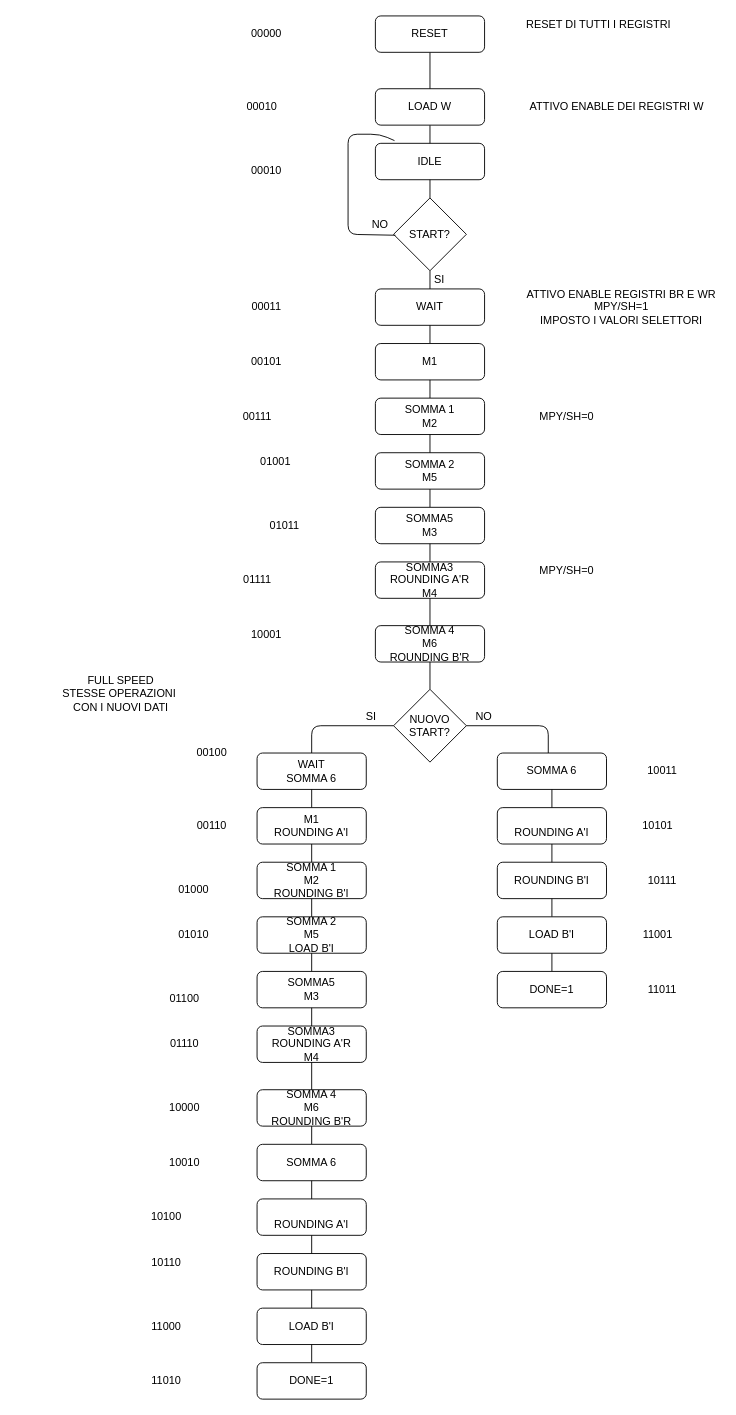
Before: butterfly/drawio/pallogramma butterfly.drawio in wackozz/SDI_20_21, a draw.io diagram. Source tidied: cells renumbered, new cells numbered last; positions are measured from the earlier drawing's top-left corner, leaving out a move shared by most shapes. Both pictures are drawn from the tidied source at 91%, with x=0, y=0 at pixel (56, 15).
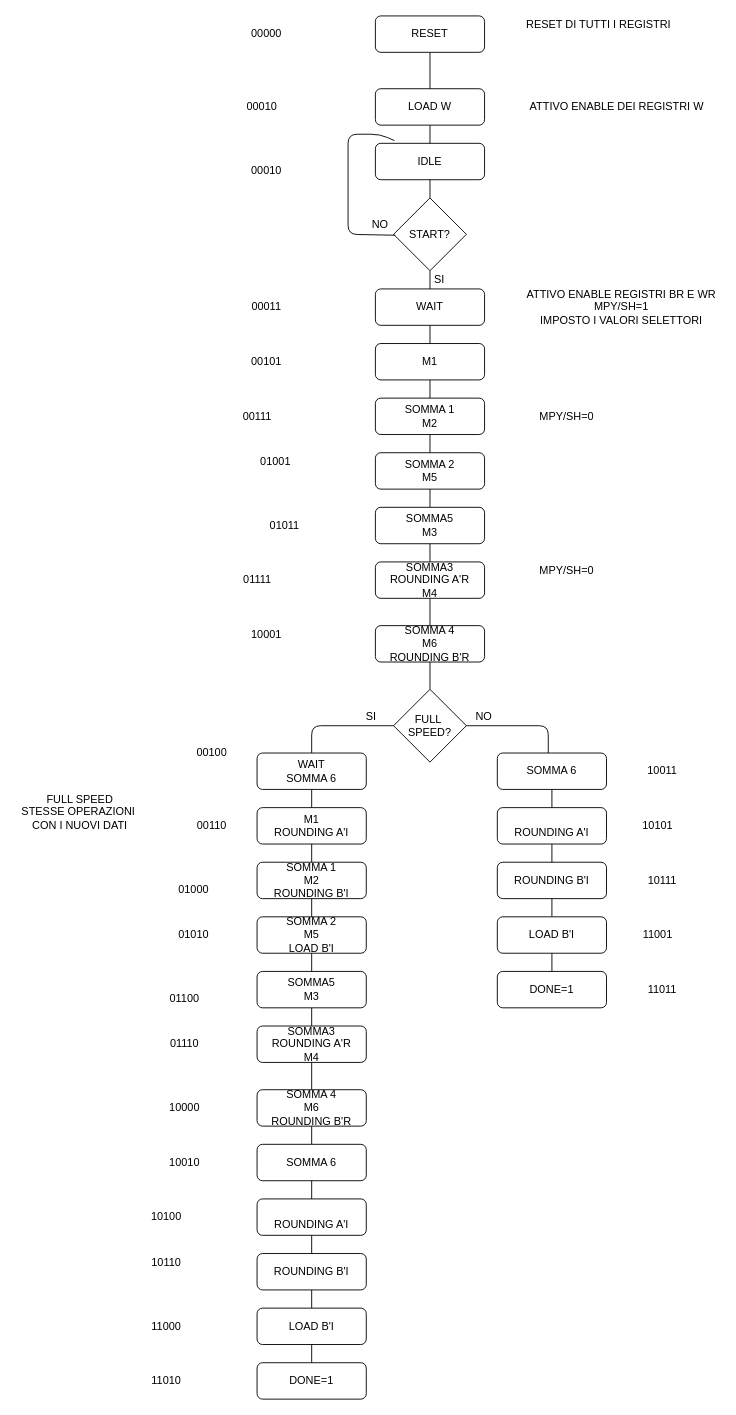
The same diagram, later.

Diff of the diagram source:
```diff
@@
-    <mxCell id="22" value="NUOVO&lt;br&gt;START?" style="rhombus;whiteSpace=wrap;html=1;" parent="1" vertex="1">
+    <mxCell id="22" value="FULL&amp;nbsp;&lt;br&gt;SPEED?" style="rhombus;whiteSpace=wrap;html=1;" parent="1" vertex="1">
       <mxGeometry x="370" y="740" width="80" height="80" as="geometry" />
     </mxCell>
@@
     <mxCell id="46" value="FULL SPEED&lt;br&gt;STESSE OPERAZIONI&amp;nbsp;&lt;br&gt;CON I NUOVI DATI" style="text;html=1;align=center;verticalAlign=middle;" parent="1" vertex="1">
-      <mxGeometry y="720" width="140" height="50" as="geometry" />
+      <mxGeometry x="-45" y="850" width="140" height="50" as="geometry" />
     </mxCell>
```
